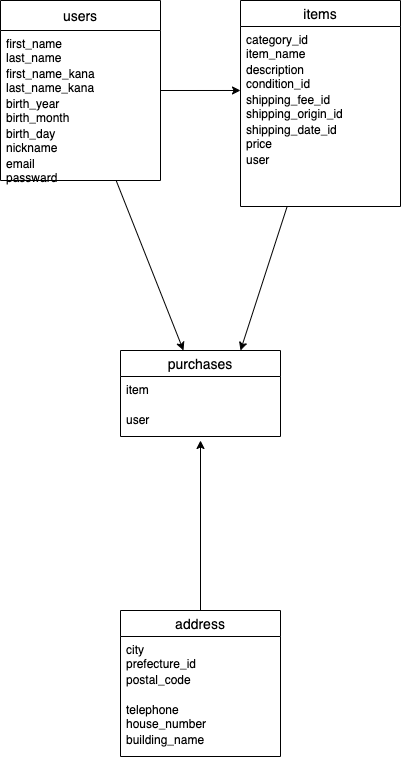
Earlier version of the draw.io export furima.png (minamoit/furima-39233). Source tidied: cells renumbered, new cells last; positions are measured from the earlier drawing's top-left corner, leaving out a move shared by most shapes. The source it was exported from:
```xml
<mxGraphModel>
  <root>
    <mxCell id="0" />
    <mxCell id="1" parent="0" />
    <mxCell id="2" style="edgeStyle=none;html=1;rounded=0;" parent="1" edge="1">
      <mxGeometry relative="1" as="geometry">
        <mxPoint x="50" y="326" as="sourcePoint" />
        <mxPoint x="50" y="326" as="targetPoint" />
      </mxGeometry>
    </mxCell>
    <mxCell id="3" style="html=1;entryX=0;entryY=0.133;entryDx=0;entryDy=0;entryPerimeter=0;" parent="1" edge="1" source="5" target="15">
      <mxGeometry relative="1" as="geometry" />
    </mxCell>
    <mxCell id="4" style="edgeStyle=none;html=1;" parent="1" edge="1" source="5" target="25">
      <mxGeometry relative="1" as="geometry" />
    </mxCell>
    <mxCell id="5" value="users" style="swimlane;fontStyle=0;horizontal=1;startSize=30;align=center;fontSize=14;rounded=0;" parent="1" vertex="1">
      <mxGeometry width="160" height="180" as="geometry" />
    </mxCell>
    <mxCell id="6" value="first_name&#10;last_name&#10;first_name(kana)&#10;last_name(kana)&#10;" style="text;strokeColor=none;fillColor=none;spacingLeft=4;spacingRight=4;overflow=hidden;fontSize=12;rounded=0;" parent="5" vertex="1">
      <mxGeometry y="30" width="160" height="30" as="geometry" />
    </mxCell>
    <mxCell id="7" value="first_name_kana&#10;last_name_kana" style="text;strokeColor=none;fillColor=none;spacingLeft=4;spacingRight=4;overflow=hidden;fontSize=12;rounded=0;" parent="5" vertex="1">
      <mxGeometry y="60" width="160" height="30" as="geometry" />
    </mxCell>
    <mxCell id="8" value="birth_year&#10;birth_month&#10;&#10;&#10;birth_day&#10;nickname&#10;email&#10;passward" style="text;strokeColor=none;fillColor=none;spacingLeft=4;spacingRight=4;overflow=hidden;fontSize=12;rounded=0;" parent="5" vertex="1">
      <mxGeometry y="90" width="160" height="30" as="geometry" />
    </mxCell>
    <mxCell id="9" value="birth_day&#10;nickname&#10;email&#10;" style="text;strokeColor=none;fillColor=none;spacingLeft=4;spacingRight=4;overflow=hidden;fontSize=12;rounded=0;" parent="5" vertex="1">
      <mxGeometry y="120" width="160" height="30" as="geometry" />
    </mxCell>
    <mxCell id="10" value="email&#10;passward" style="text;strokeColor=none;fillColor=none;spacingLeft=4;spacingRight=4;overflow=hidden;fontSize=12;rounded=0;" parent="5" vertex="1">
      <mxGeometry y="150" width="160" height="30" as="geometry" />
    </mxCell>
    <mxCell id="11" style="edgeStyle=none;html=1;entryX=0.75;entryY=0;entryDx=0;entryDy=0;" parent="1" edge="1" source="12" target="25">
      <mxGeometry relative="1" as="geometry" />
    </mxCell>
    <mxCell id="12" value="items" style="swimlane;fontStyle=0;horizontal=1;startSize=26;align=center;fontSize=14;" parent="1" vertex="1">
      <mxGeometry x="240" width="160" height="206" as="geometry" />
    </mxCell>
    <mxCell id="13" value="category_id&#10;item_name&#10;" style="text;strokeColor=none;fillColor=none;spacingLeft=4;spacingRight=4;overflow=hidden;fontSize=12;" parent="12" vertex="1">
      <mxGeometry y="26" width="160" height="30" as="geometry" />
    </mxCell>
    <mxCell id="14" value="description&#10;condition_id" style="text;strokeColor=none;fillColor=none;spacingLeft=4;spacingRight=4;overflow=hidden;fontSize=12;" parent="12" vertex="1">
      <mxGeometry y="56" width="160" height="30" as="geometry" />
    </mxCell>
    <mxCell id="15" value="shipping_fee_id&#10;shipping_origin_id&#10;shipping_date_id&#10;price&#10;sales_profit" style="text;strokeColor=none;fillColor=none;spacingLeft=4;spacingRight=4;overflow=hidden;points=[[0,0.5],[1,0.5]];portConstraint=eastwest;fontSize=12;" parent="12" vertex="1">
      <mxGeometry y="86" width="160" height="30" as="geometry" />
    </mxCell>
    <mxCell id="16" value="shipping_date_id&#10;price&#10;sales_profit" style="text;strokeColor=none;fillColor=none;spacingLeft=4;spacingRight=4;overflow=hidden;fontSize=12;" parent="12" vertex="1">
      <mxGeometry y="116" width="160" height="30" as="geometry" />
    </mxCell>
    <mxCell id="17" value="user" style="text;strokeColor=none;fillColor=none;spacingLeft=4;spacingRight=4;overflow=hidden;fontSize=12;" parent="12" vertex="1">
      <mxGeometry y="146" width="160" height="30" as="geometry" />
    </mxCell>
    <mxCell id="18" style="text;strokeColor=none;fillColor=none;spacingLeft=4;spacingRight=4;overflow=hidden;fontSize=12;" parent="12" vertex="1">
      <mxGeometry y="176" width="160" height="30" as="geometry" />
    </mxCell>
    <mxCell id="19" style="edgeStyle=none;html=1;" parent="1" edge="1" source="20">
      <mxGeometry relative="1" as="geometry">
        <mxPoint x="200" y="440" as="targetPoint" />
      </mxGeometry>
    </mxCell>
    <mxCell id="20" value="address" style="swimlane;fontStyle=0;horizontal=1;startSize=26;align=center;fontSize=14;" parent="1" vertex="1">
      <mxGeometry x="120" y="610" width="160" height="146" as="geometry" />
    </mxCell>
    <mxCell id="21" value="city&#10;prefecture_id&#10;" style="text;strokeColor=none;fillColor=none;spacingLeft=4;spacingRight=4;overflow=hidden;fontSize=12;" parent="20" vertex="1">
      <mxGeometry y="26" width="160" height="30" as="geometry" />
    </mxCell>
    <mxCell id="22" value="postal_code" style="text;strokeColor=none;fillColor=none;spacingLeft=4;spacingRight=4;overflow=hidden;fontSize=12;" parent="20" vertex="1">
      <mxGeometry y="56" width="160" height="30" as="geometry" />
    </mxCell>
    <mxCell id="23" value="telephone&#10;house_number" style="text;strokeColor=none;fillColor=none;spacingLeft=4;spacingRight=4;overflow=hidden;fontSize=12;" parent="20" vertex="1">
      <mxGeometry y="86" width="160" height="30" as="geometry" />
    </mxCell>
    <mxCell id="24" value="building_name&#10;" style="text;strokeColor=none;fillColor=none;spacingLeft=4;spacingRight=4;overflow=hidden;fontSize=12;" parent="20" vertex="1">
      <mxGeometry y="116" width="160" height="30" as="geometry" />
    </mxCell>
    <mxCell id="25" value="purchases" style="swimlane;fontStyle=0;horizontal=1;startSize=26;align=center;fontSize=14;" parent="1" vertex="1">
      <mxGeometry x="120" y="350" width="160" height="86" as="geometry" />
    </mxCell>
    <mxCell id="26" value="item" style="text;strokeColor=none;fillColor=none;spacingLeft=4;spacingRight=4;overflow=hidden;fontSize=12;" parent="25" vertex="1">
      <mxGeometry y="26" width="160" height="30" as="geometry" />
    </mxCell>
    <mxCell id="27" value="user" style="text;strokeColor=none;fillColor=none;spacingLeft=4;spacingRight=4;overflow=hidden;fontSize=12;" parent="25" vertex="1">
      <mxGeometry y="56" width="160" height="30" as="geometry" />
    </mxCell>
  </root>
</mxGraphModel>
```
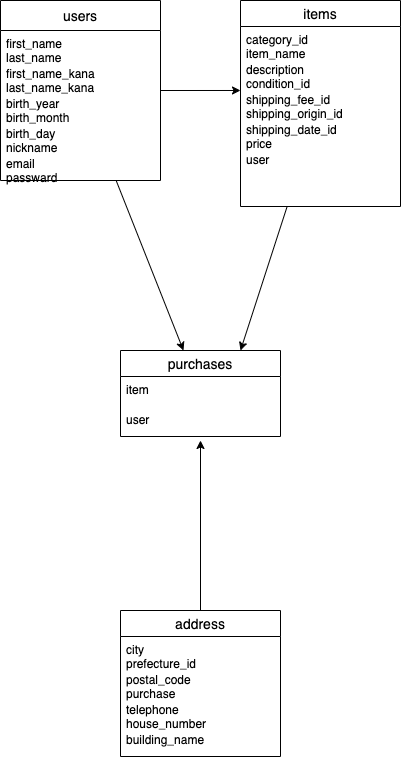
Above is the later version.

Diff of the diagram source:
```diff
@@ -67,7 +67,7 @@
     <mxCell id="21" value="city&#10;prefecture_id&#10;" style="text;strokeColor=none;fillColor=none;spacingLeft=4;spacingRight=4;overflow=hidden;fontSize=12;" parent="20" vertex="1">
       <mxGeometry y="26" width="160" height="30" as="geometry" />
     </mxCell>
-    <mxCell id="22" value="postal_code" style="text;strokeColor=none;fillColor=none;spacingLeft=4;spacingRight=4;overflow=hidden;fontSize=12;" parent="20" vertex="1">
+    <mxCell id="22" value="postal_code&#10;purchase&#10;" style="text;strokeColor=none;fillColor=none;spacingLeft=4;spacingRight=4;overflow=hidden;fontSize=12;" parent="20" vertex="1">
       <mxGeometry y="56" width="160" height="30" as="geometry" />
     </mxCell>
     <mxCell id="23" value="telephone&#10;house_number" style="text;strokeColor=none;fillColor=none;spacingLeft=4;spacingRight=4;overflow=hidden;fontSize=12;" parent="20" vertex="1">
```
